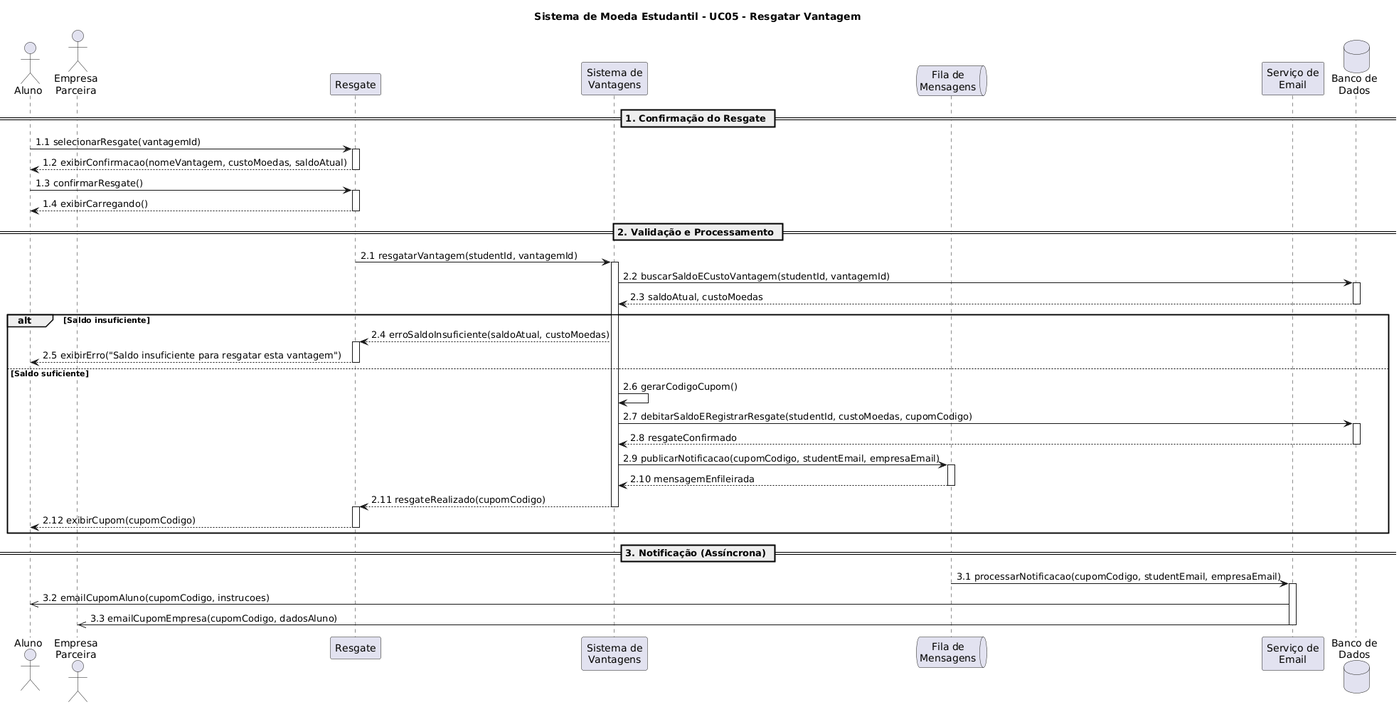
Earlier version of the PlantUML export docs/diagramas/Diagrama-de-sequencia/UC05/UC05-ResgatarVantagens.png (LauraPontara/lab-sistema-moeda-estudantil).
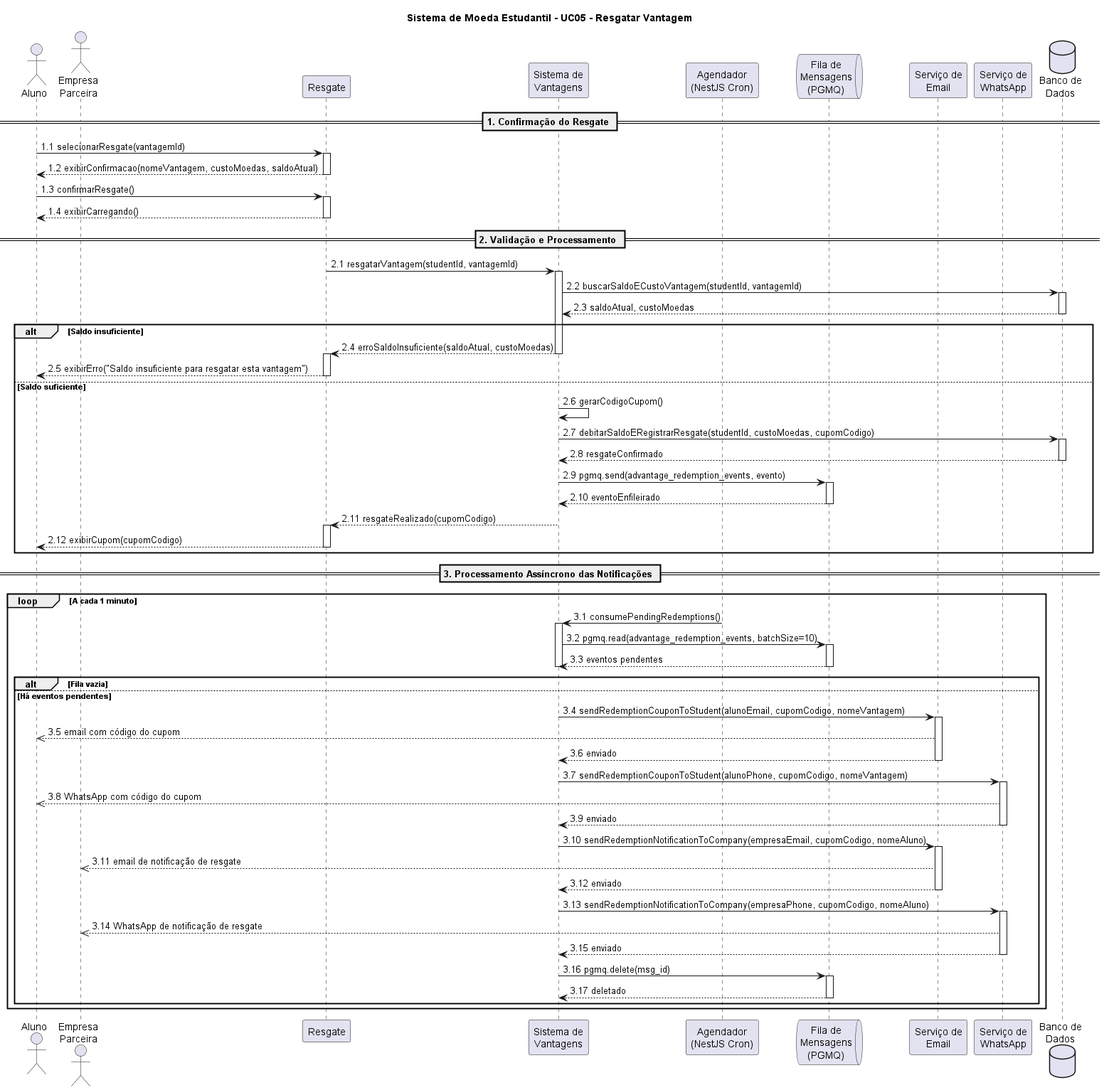
The same diagram one commit later.

Diff of the diagram source:
```diff
@@ -1,12 +1,14 @@
-@startuml
+@startuml UC05-ResgatarVantagem
 title Sistema de Moeda Estudantil - UC05 - Resgatar Vantagem
 
 actor "Aluno" as A
 actor "Empresa\nParceira" as E
 participant "Resgate" as PR
 participant "Sistema de\nVantagens" as SV
-queue "Fila de\nMensagens" as FM
+participant "Agendador\n(NestJS Cron)" as CRON
+queue "Fila de\nMensagens\n(PGMQ)" as FM
 participant "Serviço de\nEmail" as SE
+participant "Serviço de\nWhatsApp" as WA
 database "Banco de\nDados" as BD
 
 == 1. Confirmação do Resgate ==
@@ -32,6 +34,7 @@
 
 alt Saldo insuficiente
     SV --> PR: 2.4 erroSaldoInsuficiente(saldoAtual, custoMoedas)
+    deactivate SV
     activate PR
     PR --> A: 2.5 exibirErro("Saldo insuficiente para resgatar esta vantagem")
     deactivate PR
@@ -42,9 +45,9 @@
     activate BD
     BD --> SV: 2.8 resgateConfirmado
     deactivate BD
-    SV -> FM: 2.9 publicarNotificacao(cupomCodigo, studentEmail, empresaEmail)
+    SV -> FM: 2.9 pgmq.send(advantage_redemption_events, evento)
     activate FM
-    FM --> SV: 2.10 mensagemEnfileirada
+    FM --> SV: 2.10 eventoEnfileirado
     deactivate FM
     SV --> PR: 2.11 resgateRealizado(cupomCodigo)
     deactivate SV
@@ -53,12 +56,44 @@
     deactivate PR
 end
 
+== 3. Processamento Assíncrono das Notificações ==
 
-== 3. Notificação (Assíncrona) ==
+loop A cada 1 minuto
+    CRON -> SV: 3.1 consumePendingRedemptions()
+    activate SV
+    SV -> FM: 3.2 pgmq.read(advantage_redemption_events, batchSize=10)
+    activate FM
+    FM --> SV: 3.3 eventos pendentes
+    deactivate FM
+    alt Fila vazia
+        deactivate SV
+    else Há eventos pendentes
+        SV -> SE: 3.4 sendRedemptionCouponToStudent(alunoEmail, cupomCodigo, nomeVantagem)
+        activate SE
+        SE -->> A: 3.5 email com código do cupom
+        SE --> SV: 3.6 enviado
+        deactivate SE
+        SV -> WA: 3.7 sendRedemptionCouponToStudent(alunoPhone, cupomCodigo, nomeVantagem)
+        activate WA
+        WA -->> A: 3.8 WhatsApp com código do cupom
+        WA --> SV: 3.9 enviado
+        deactivate WA
+        SV -> SE: 3.10 sendRedemptionNotificationToCompany(empresaEmail, cupomCodigo, nomeAluno)
+        activate SE
+        SE -->> E: 3.11 email de notificação de resgate
+        SE --> SV: 3.12 enviado
+        deactivate SE
+        SV -> WA: 3.13 sendRedemptionNotificationToCompany(empresaPhone, cupomCodigo, nomeAluno)
+        activate WA
+        WA -->> E: 3.14 WhatsApp de notificação de resgate
+        WA --> SV: 3.15 enviado
+        deactivate WA
+        SV -> FM: 3.16 pgmq.delete(msg_id)
+        activate FM
+        FM --> SV: 3.17 deletado
+        deactivate FM
+        deactivate SV
+    end
+end
 
-FM -> SE: 3.1 processarNotificacao(cupomCodigo, studentEmail, empresaEmail)
-activate SE
-SE ->> A: 3.2 emailCupomAluno(cupomCodigo, instrucoes)
-SE ->> E: 3.3 emailCupomEmpresa(cupomCodigo, dadosAluno)
-deactivate SE
 @enduml
```
